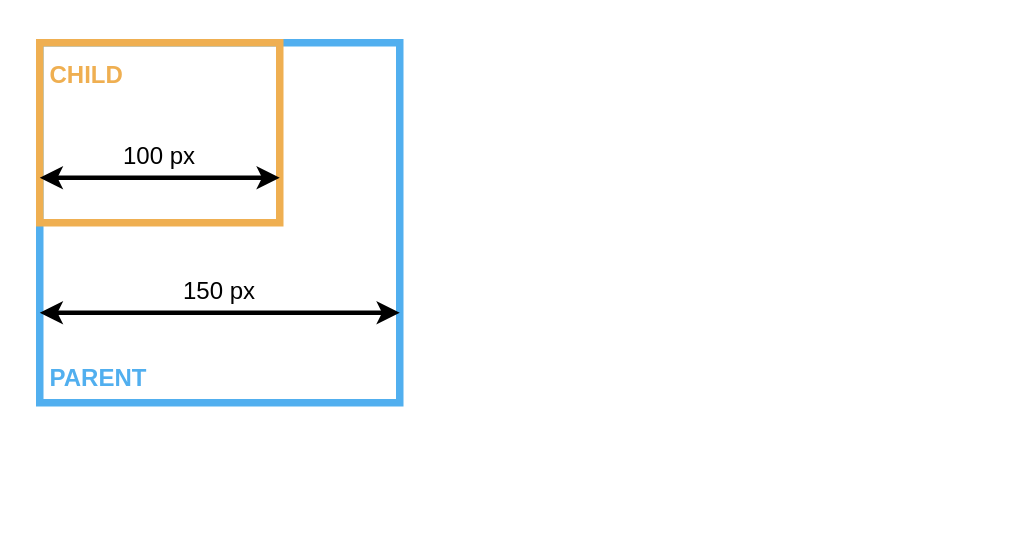
Above: src/img/layout.drawio in vizia/vizia-book (draw.io), before the change. Source tidied: cells renumbered, new cells numbered last; positions are measured from the earlier drawing's top-left corner, leaving out a move shared by most shapes. Both pictures are drawn from the tidied source at 150%, with x=0, y=0 at pixel (39, 42).
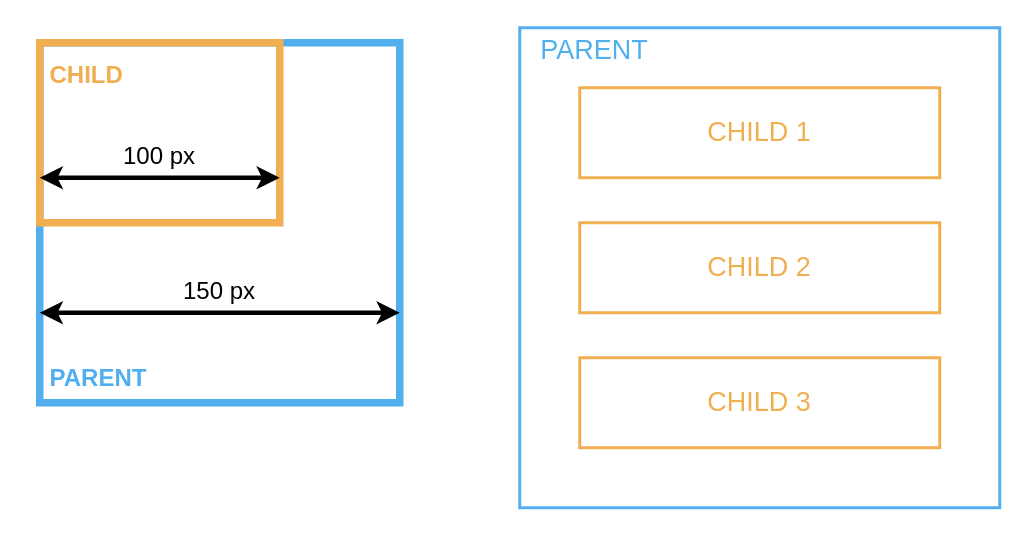
The same diagram, later.

What changed in the source:
```diff
@@
 <mxGraphModel>
   <root>
     <mxCell id="0" />
     <mxCell id="1" parent="0" />
     <mxCell id="2" value="PARENT" style="rounded=0;whiteSpace=wrap;html=1;align=left;verticalAlign=bottom;spacingLeft=5;spacingBottom=5;fillColor=none;strokeColor=#51AFEF;strokeWidth=5;fontColor=#51AFEF;fontStyle=1;fontSize=16;" parent="1" vertex="1">
       <mxGeometry width="240" height="240" as="geometry" />
     </mxCell>
     <mxCell id="3" value="CHILD" style="rounded=0;whiteSpace=wrap;html=1;fillColor=none;strokeColor=#EFAF51;strokeWidth=5;fontColor=#EFAF51;fontSize=16;fontStyle=1;align=left;verticalAlign=top;spacingLeft=5;spacingBottom=0;spacingTop=5;" parent="1" vertex="1">
       <mxGeometry width="160" height="120" as="geometry" />
     </mxCell>
     <mxCell id="4" style="endArrow=classic;startArrow=classic;html=1;rounded=0;entryX=1;entryY=0.75;entryDx=0;entryDy=0;exitX=0;exitY=0.75;exitDx=0;exitDy=0;strokeWidth=3;" parent="1" edge="1" source="3" target="3">
       <mxGeometry relative="1" as="geometry" />
     </mxCell>
     <mxCell id="5" value="&lt;font style=&quot;font-size: 16px;&quot;&gt;100 px&lt;/font&gt;" style="text;html=1;strokeColor=none;fillColor=none;align=center;verticalAlign=middle;whiteSpace=wrap;rounded=0;" parent="1" vertex="1">
       <mxGeometry x="50" y="60" width="60" height="30" as="geometry" />
     </mxCell>
     <mxCell id="6" style="endArrow=classic;startArrow=classic;html=1;rounded=0;entryX=1;entryY=0.75;entryDx=0;entryDy=0;exitX=0;exitY=0.75;exitDx=0;exitDy=0;strokeWidth=3;" parent="1" edge="1" source="2" target="2">
       <mxGeometry relative="1" as="geometry" />
     </mxCell>
     <mxCell id="7" value="&lt;font style=&quot;font-size: 16px;&quot;&gt;150 px&lt;/font&gt;" style="text;html=1;strokeColor=none;fillColor=none;align=center;verticalAlign=middle;whiteSpace=wrap;rounded=0;" parent="1" vertex="1">
       <mxGeometry x="90" y="150" width="60" height="30" as="geometry" />
     </mxCell>
+    <mxCell id="8" style="rounded=0;whiteSpace=wrap;html=1;strokeColor=#51AFEF;strokeWidth=2;" parent="1" vertex="1">
+      <mxGeometry x="320" y="-10" width="320" height="320" as="geometry" />
+    </mxCell>
+    <mxCell id="9" value="&lt;font style=&quot;font-size: 18px;&quot; color=&quot;#efaf51&quot;&gt;CHILD 1&lt;/font&gt;" style="rounded=0;whiteSpace=wrap;html=1;strokeWidth=2;strokeColor=#EFAF51;" parent="1" vertex="1">
+      <mxGeometry x="360" y="30" width="240" height="60" as="geometry" />
+    </mxCell>
+    <mxCell id="10" value="&lt;font color=&quot;#efaf51&quot; style=&quot;font-size: 18px;&quot;&gt;CHILD 2&lt;/font&gt;" style="rounded=0;whiteSpace=wrap;html=1;strokeWidth=2;strokeColor=#EFAF51;" parent="1" vertex="1">
+      <mxGeometry x="360" y="120" width="240" height="60" as="geometry" />
+    </mxCell>
+    <mxCell id="11" value="&lt;font color=&quot;#efaf51&quot; style=&quot;font-size: 18px;&quot;&gt;CHILD 3&lt;/font&gt;" style="rounded=0;whiteSpace=wrap;html=1;strokeWidth=2;strokeColor=#EFAF51;" parent="1" vertex="1">
+      <mxGeometry x="360" y="210" width="240" height="60" as="geometry" />
+    </mxCell>
+    <mxCell id="12" value="&lt;font color=&quot;#51afef&quot; style=&quot;font-size: 18px;&quot;&gt;PARENT&lt;/font&gt;" style="text;html=1;strokeColor=none;fillColor=none;align=center;verticalAlign=middle;whiteSpace=wrap;rounded=0;" parent="1" vertex="1">
+      <mxGeometry x="320" y="-10" width="100" height="30" as="geometry" />
+    </mxCell>
   </root>
 </mxGraphModel>
```
